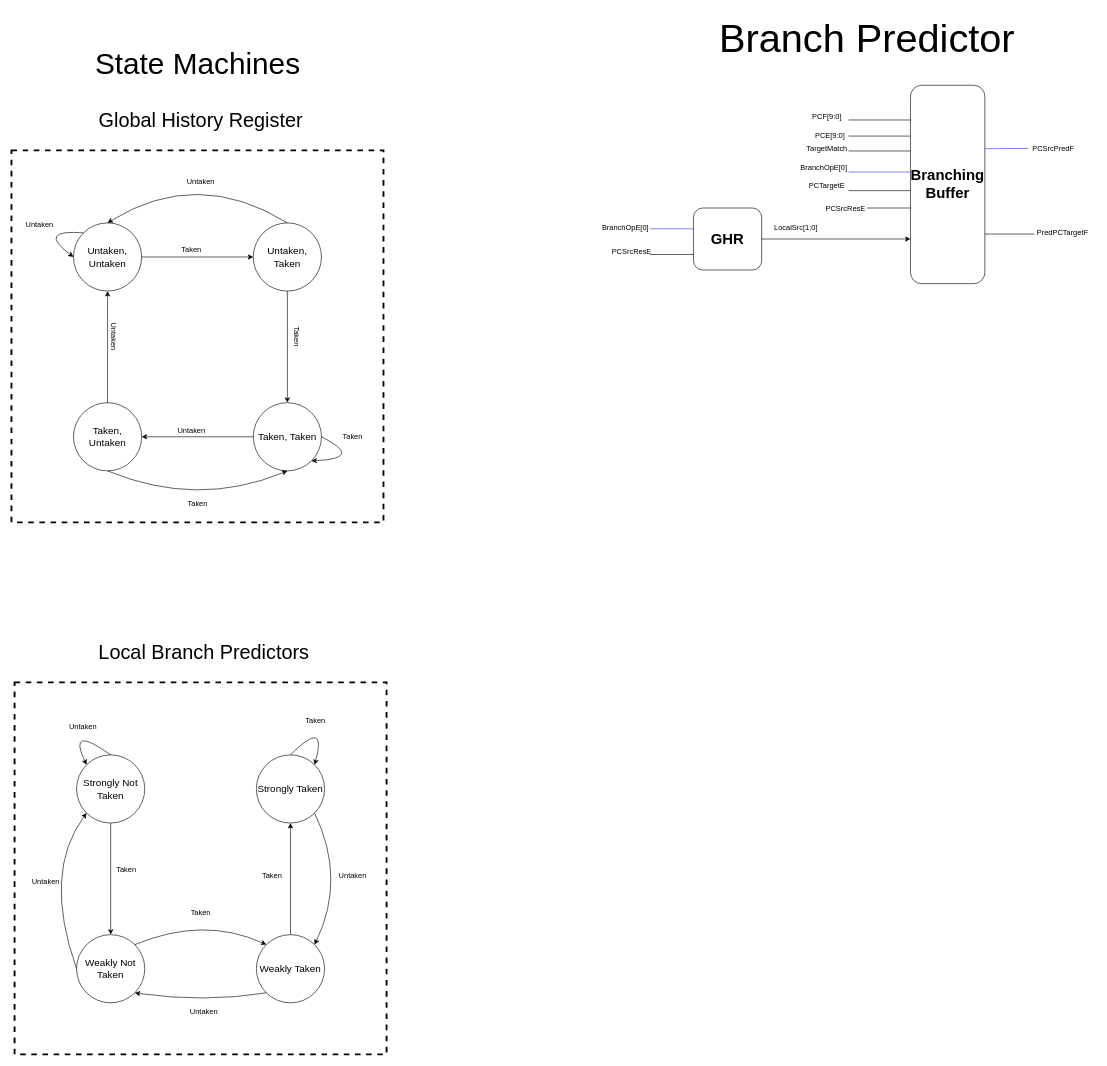
Biggo03/RISC-V-Pipelined keeps this draw.io diagram as page "Branch Predictor" (4 of 4) of Documentation/RISC-V Pipelined Schematic.drawio. Above is the earlier version. Source tidied: cells renumbered, new cells numbered last; positions are measured from the earlier drawing's top-left corner, leaving out a move shared by most shapes. Both pictures are drawn from the tidied source at 62%, with x=0, y=0 at pixel (11, 11).
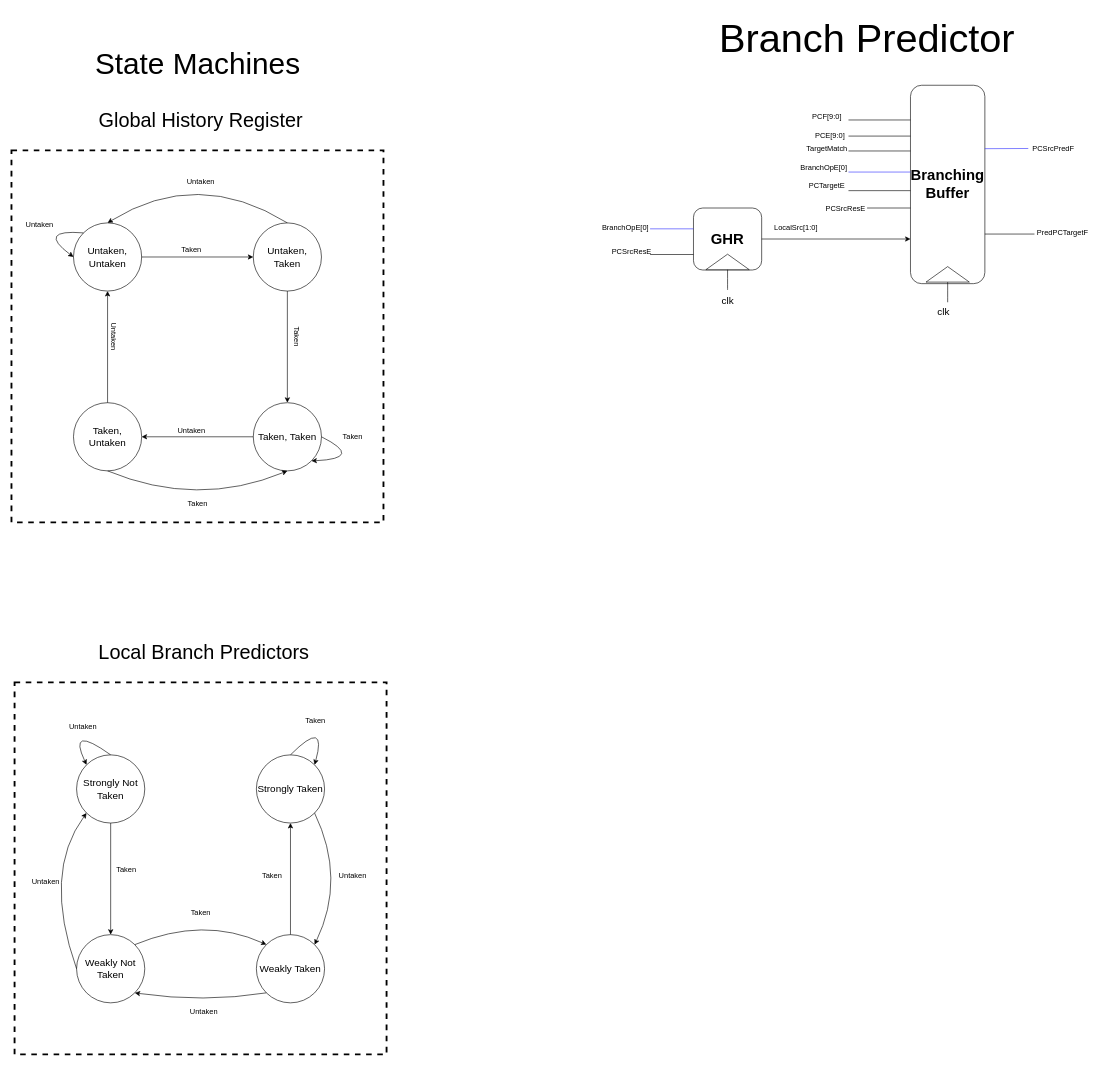
After the change.

Commit message:
Added clk to Branch predictor and related modules

The edit, as a diff of the source:
```diff
@@
+    <mxCell id="72" style="triangle;whiteSpace=wrap;html=1;rotation=-90;" parent="1" vertex="1">
+      <mxGeometry x="1142.5" y="370" width="25" height="70" as="geometry" />
+    </mxCell>
+    <mxCell id="73" style="triangle;whiteSpace=wrap;html=1;rotation=-90;" parent="1" vertex="1">
+      <mxGeometry x="1497.5" y="390" width="25" height="70" as="geometry" />
+    </mxCell>
+    <mxCell id="74" style="endArrow=none;html=1;rounded=0;fontSize=12;startSize=8;endSize=8;curved=1;entryX=0;entryY=0.5;entryDx=0;entryDy=0;" parent="1" edge="1" target="72">
+      <mxGeometry relative="1" as="geometry">
+        <mxPoint x="1155" y="450" as="sourcePoint" />
+      </mxGeometry>
+    </mxCell>
+    <mxCell id="75" value="clk" style="text;html=1;align=center;verticalAlign=middle;strokeColor=none;fillColor=none;fontSize=16;" parent="1" vertex="1">
+      <mxGeometry x="1135" y="452" width="40" height="30" as="geometry" />
+    </mxCell>
+    <mxCell id="76" value="clk" style="text;html=1;align=center;verticalAlign=middle;strokeColor=none;fillColor=none;fontSize=16;" parent="1" vertex="1">
+      <mxGeometry x="1482.5" y="470" width="40" height="30" as="geometry" />
+    </mxCell>
+    <mxCell id="77" style="endArrow=none;html=1;rounded=0;fontSize=12;startSize=8;endSize=8;curved=1;entryX=0;entryY=0.5;entryDx=0;entryDy=0;" parent="1" edge="1" target="73">
+      <mxGeometry relative="1" as="geometry">
+        <mxPoint x="1510" y="470" as="sourcePoint" />
+      </mxGeometry>
+    </mxCell>
```
